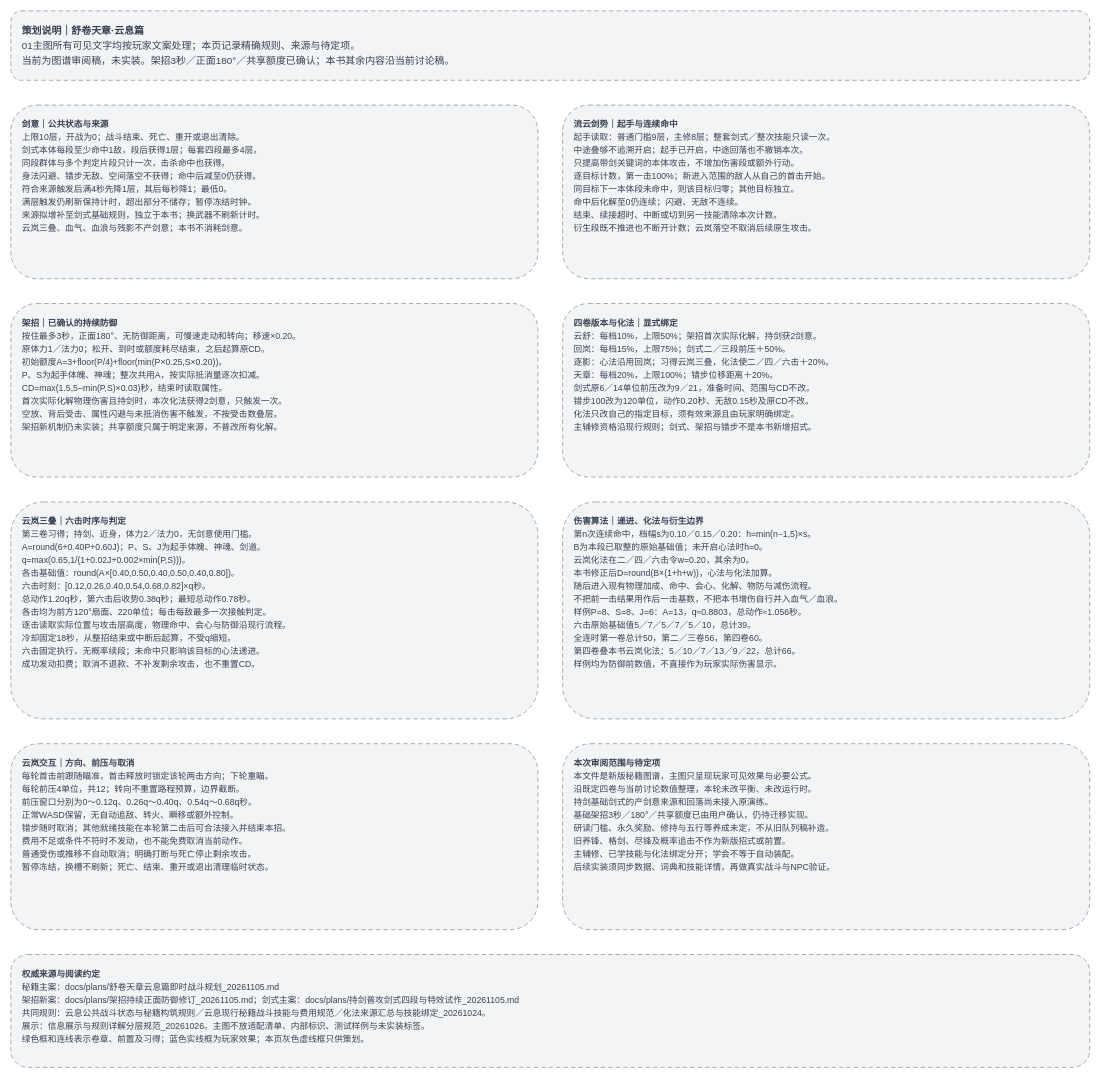
ankundanetracyc-spec/tian-guan-you-du keeps this draw.io diagram as page "02 策划说明（内部）" (2 of 2) of docs/秘籍词典/drawio/新版秘籍/舒卷天章·云息篇.drawio. Above is the earlier version. Source tidied: cells renumbered, new cells numbered last; positions are measured from the earlier drawing's top-left corner, leaving out a move shared by most shapes. Both pictures are drawn from the tidied source at 62%, with x=0, y=0 at pixel (11, 11).
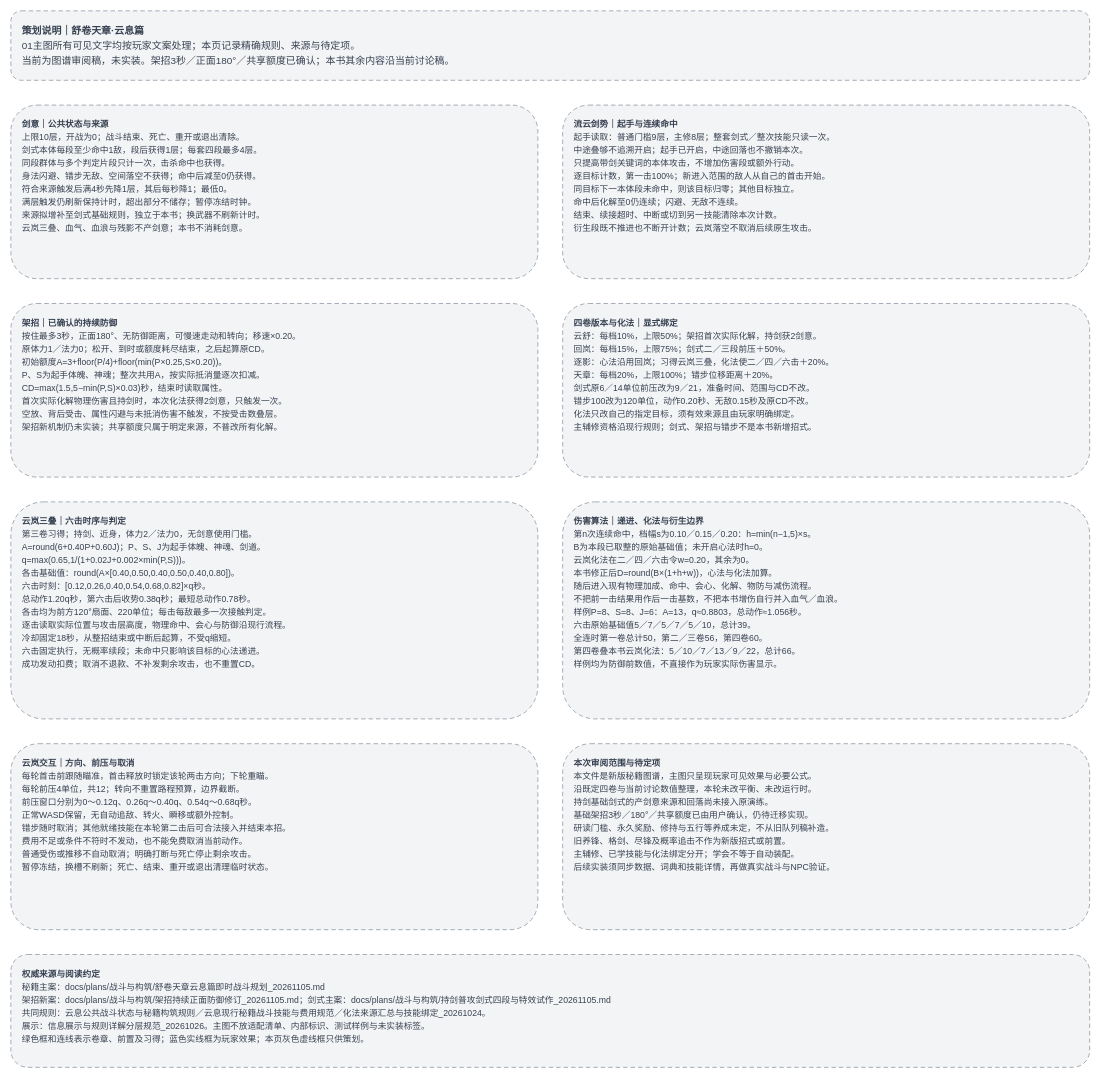
The same diagram, later.

Change to the diagram source:
```diff
@@
 <mxGraphModel background="#FFFFFF">
   <root>
     <mxCell id="0" />
     <mxCell id="1" parent="0" />
     <mxCell id="2" value="&lt;div style=&quot;line-height:1.5;text-align:left;&quot;&gt;&lt;b&gt;策划说明｜舒卷天章·云息篇&lt;/b&gt;&lt;br&gt;01主图所有可见文字均按玩家文案处理；本页记录精确规则、来源与待定项。&lt;br&gt;当前为图谱审阅稿，未实装。架招3秒／正面180°／共享额度已确认；本书其余内容沿当前讨论稿。&lt;/div&gt;" style="rounded=1;whiteSpace=wrap;html=1;align=left;verticalAlign=top;fontFamily=Microsoft YaHei;fontSize=16;fontColor=#374151;fillColor=#F3F4F6;strokeColor=#8993A0;strokeWidth=1.2;spacing=0;spacingLeft=18;spacingRight=18;spacingTop=16;spacingBottom=16;dashed=1;dashPattern=6 4;" parent="1" vertex="1">
       <mxGeometry width="1740" height="112" as="geometry" />
     </mxCell>
     <mxCell id="3" value="&lt;div style=&quot;line-height:1.5;text-align:left;&quot;&gt;&lt;b&gt;剑意｜公共状态与来源&lt;/b&gt;&lt;br&gt;上限10层，开战为0；战斗结束、死亡、重开或退出清除。&lt;br&gt;剑式本体每段至少命中1敌，段后获得1层；每套四段最多4层。&lt;br&gt;同段群体与多个判定片段只计一次，击杀命中也获得。&lt;br&gt;身法闪避、错步无敌、空间落空不获得；命中后减至0仍获得。&lt;br&gt;符合来源触发后满4秒先降1层，其后每秒降1；最低0。&lt;br&gt;满层触发仍刷新保持计时，超出部分不储存；暂停冻结时钟。&lt;br&gt;来源拟增补至剑式基础规则，独立于本书；换武器不刷新计时。&lt;br&gt;云岚三叠、血气、血浪与残影不产剑意；本书不消耗剑意。&lt;/div&gt;" style="rounded=1;whiteSpace=wrap;html=1;align=left;verticalAlign=top;fontFamily=Microsoft YaHei;fontSize=14;fontColor=#374151;fillColor=#F3F4F6;strokeColor=#8993A0;strokeWidth=1.2;spacing=0;spacingLeft=18;spacingRight=18;spacingTop=16;spacingBottom=16;dashed=1;dashPattern=6 4;" parent="1" vertex="1">
       <mxGeometry y="152" width="850" height="280" as="geometry" />
     </mxCell>
     <mxCell id="4" value="&lt;div style=&quot;line-height:1.5;text-align:left;&quot;&gt;&lt;b&gt;流云剑势｜起手与连续命中&lt;/b&gt;&lt;br&gt;起手读取：普通门槛9层，主修8层；整套剑式／整次技能只读一次。&lt;br&gt;中途叠够不追溯开启；起手已开启，中途回落也不撤销本次。&lt;br&gt;只提高带剑关键词的本体攻击，不增加伤害段或额外行动。&lt;br&gt;逐目标计数，第一击100%；新进入范围的敌人从自己的首击开始。&lt;br&gt;同目标下一本体段未命中，则该目标归零；其他目标独立。&lt;br&gt;命中后化解至0仍连续；闪避、无敌不连续。&lt;br&gt;结束、续接超时、中断或切到另一技能清除本次计数。&lt;br&gt;衍生段既不推进也不断开计数；云岚落空不取消后续原生攻击。&lt;/div&gt;" style="rounded=1;whiteSpace=wrap;html=1;align=left;verticalAlign=top;fontFamily=Microsoft YaHei;fontSize=14;fontColor=#374151;fillColor=#F3F4F6;strokeColor=#8993A0;strokeWidth=1.2;spacing=0;spacingLeft=18;spacingRight=18;spacingTop=16;spacingBottom=16;dashed=1;dashPattern=6 4;" parent="1" vertex="1">
       <mxGeometry x="890" y="152" width="850" height="280" as="geometry" />
     </mxCell>
     <mxCell id="5" value="&lt;div style=&quot;line-height:1.5;text-align:left;&quot;&gt;&lt;b&gt;架招｜已确认的持续防御&lt;/b&gt;&lt;br&gt;按住最多3秒，正面180°、无防御距离，可慢速走动和转向；移速×0.20。&lt;br&gt;原体力1／法力0；松开、到时或额度耗尽结束，之后起算原CD。&lt;br&gt;初始额度A=3+floor(P/4)+floor(min(P×0.25,S×0.20))。&lt;br&gt;P、S为起手体魄、神魂；整次共用A，按实际抵消量逐次扣减。&lt;br&gt;CD=max(1.5,5−min(P,S)×0.03)秒，结束时读取属性。&lt;br&gt;首次实际化解物理伤害且持剑时，本次化法获得2剑意，只触发一次。&lt;br&gt;空放、背后受击、属性闪避与未抵消伤害不触发，不按受击数叠层。&lt;br&gt;架招新机制仍未实装；共享额度只属于明定来源，不普改所有化解。&lt;/div&gt;" style="rounded=1;whiteSpace=wrap;html=1;align=left;verticalAlign=top;fontFamily=Microsoft YaHei;fontSize=14;fontColor=#374151;fillColor=#F3F4F6;strokeColor=#8993A0;strokeWidth=1.2;spacing=0;spacingLeft=18;spacingRight=18;spacingTop=16;spacingBottom=16;dashed=1;dashPattern=6 4;" parent="1" vertex="1">
       <mxGeometry y="472" width="850" height="280" as="geometry" />
     </mxCell>
     <mxCell id="6" value="&lt;div style=&quot;line-height:1.5;text-align:left;&quot;&gt;&lt;b&gt;四卷版本与化法｜显式绑定&lt;/b&gt;&lt;br&gt;云舒：每档10%，上限50%；架招首次实际化解，持剑获2剑意。&lt;br&gt;回岚：每档15%，上限75%；剑式二／三段前压＋50%。&lt;br&gt;逐影：心法沿用回岚；习得云岚三叠，化法使二／四／六击＋20%。&lt;br&gt;天章：每档20%，上限100%；错步位移距离＋20%。&lt;br&gt;剑式原6／14单位前压改为9／21，准备时间、范围与CD不改。&lt;br&gt;错步100改为120单位，动作0.20秒、无敌0.15秒及原CD不改。&lt;br&gt;化法只改自己的指定目标，须有效来源且由玩家明确绑定。&lt;br&gt;主辅修资格沿现行规则；剑式、架招与错步不是本书新增招式。&lt;/div&gt;" style="rounded=1;whiteSpace=wrap;html=1;align=left;verticalAlign=top;fontFamily=Microsoft YaHei;fontSize=14;fontColor=#374151;fillColor=#F3F4F6;strokeColor=#8993A0;strokeWidth=1.2;spacing=0;spacingLeft=18;spacingRight=18;spacingTop=16;spacingBottom=16;dashed=1;dashPattern=6 4;" parent="1" vertex="1">
       <mxGeometry x="890" y="472" width="850" height="280" as="geometry" />
     </mxCell>
     <mxCell id="7" value="&lt;div style=&quot;line-height:1.5;text-align:left;&quot;&gt;&lt;b&gt;云岚三叠｜六击时序与判定&lt;/b&gt;&lt;br&gt;第三卷习得；持剑、近身，体力2／法力0，无剑意使用门槛。&lt;br&gt;A=round(6+0.40P+0.60J)；P、S、J为起手体魄、神魂、剑道。&lt;br&gt;q=max(0.65,1/(1+0.02J+0.002×min(P,S)))。&lt;br&gt;各击基础值：round(A×[0.40,0.50,0.40,0.50,0.40,0.80])。&lt;br&gt;六击时刻：[0.12,0.26,0.40,0.54,0.68,0.82]×q秒。&lt;br&gt;总动作1.20q秒，第六击后收势0.38q秒；最短总动作0.78秒。&lt;br&gt;各击均为前方120°扇面、220单位；每击每敌最多一次接触判定。&lt;br&gt;逐击读取实际位置与攻击层高度，物理命中、会心与防御沿现行流程。&lt;br&gt;冷却固定18秒，从整招结束或中断后起算，不受q缩短。&lt;br&gt;六击固定执行，无概率续段；未命中只影响该目标的心法递进。&lt;br&gt;成功发动扣费；取消不退款、不补发剩余攻击，也不重置CD。&lt;/div&gt;" style="rounded=1;whiteSpace=wrap;html=1;align=left;verticalAlign=top;fontFamily=Microsoft YaHei;fontSize=14;fontColor=#374151;fillColor=#F3F4F6;strokeColor=#8993A0;strokeWidth=1.2;spacing=0;spacingLeft=18;spacingRight=18;spacingTop=16;spacingBottom=16;dashed=1;dashPattern=6 4;" parent="1" vertex="1">
       <mxGeometry y="792" width="850" height="350" as="geometry" />
     </mxCell>
     <mxCell id="8" value="&lt;div style=&quot;line-height:1.5;text-align:left;&quot;&gt;&lt;b&gt;伤害算法｜递进、化法与衍生边界&lt;/b&gt;&lt;br&gt;第n次连续命中，档幅s为0.10／0.15／0.20：h=min(n−1,5)×s。&lt;br&gt;B为本段已取整的原始基础值；未开启心法时h=0。&lt;br&gt;云岚化法在二／四／六击令w=0.20，其余为0。&lt;br&gt;本书修正后D=round(B×(1+h+w))，心法与化法加算。&lt;br&gt;随后进入现有物理加成、命中、会心、化解、物防与减伤流程。&lt;br&gt;不把前一击结果用作后一击基数，不把本书增伤自行并入血气／血浪。&lt;br&gt;样例P=8、S=8、J=6：A=13，q≈0.8803，总动作≈1.056秒。&lt;br&gt;六击原始基础值5／7／5／7／5／10，总计39。&lt;br&gt;全连时第一卷总计50，第二／三卷56，第四卷60。&lt;br&gt;第四卷叠本书云岚化法：5／10／7／13／9／22，总计66。&lt;br&gt;样例均为防御前数值，不直接作为玩家实际伤害显示。&lt;/div&gt;" style="rounded=1;whiteSpace=wrap;html=1;align=left;verticalAlign=top;fontFamily=Microsoft YaHei;fontSize=14;fontColor=#374151;fillColor=#F3F4F6;strokeColor=#8993A0;strokeWidth=1.2;spacing=0;spacingLeft=18;spacingRight=18;spacingTop=16;spacingBottom=16;dashed=1;dashPattern=6 4;" parent="1" vertex="1">
       <mxGeometry x="890" y="792" width="850" height="350" as="geometry" />
     </mxCell>
     <mxCell id="9" value="&lt;div style=&quot;line-height:1.5;text-align:left;&quot;&gt;&lt;b&gt;云岚交互｜方向、前压与取消&lt;/b&gt;&lt;br&gt;每轮首击前跟随瞄准，首击释放时锁定该轮两击方向；下轮重瞄。&lt;br&gt;每轮前压4单位，共12；转向不重置路程预算，边界截断。&lt;br&gt;前压窗口分别为0～0.12q、0.26q～0.40q、0.54q～0.68q秒。&lt;br&gt;正常WASD保留，无自动追敌、转火、瞬移或额外控制。&lt;br&gt;错步随时取消；其他就绪技能在本轮第二击后可合法接入并结束本招。&lt;br&gt;费用不足或条件不符时不发动，也不能免费取消当前动作。&lt;br&gt;普通受伤或推移不自动取消；明确打断与死亡停止剩余攻击。&lt;br&gt;暂停冻结，换槽不刷新；死亡、结束、重开或退出清理临时状态。&lt;/div&gt;" style="rounded=1;whiteSpace=wrap;html=1;align=left;verticalAlign=top;fontFamily=Microsoft YaHei;fontSize=14;fontColor=#374151;fillColor=#F3F4F6;strokeColor=#8993A0;strokeWidth=1.2;spacing=0;spacingLeft=18;spacingRight=18;spacingTop=16;spacingBottom=16;dashed=1;dashPattern=6 4;" parent="1" vertex="1">
       <mxGeometry y="1182" width="850" height="300" as="geometry" />
     </mxCell>
     <mxCell id="10" value="&lt;div style=&quot;line-height:1.5;text-align:left;&quot;&gt;&lt;b&gt;本次审阅范围与待定项&lt;/b&gt;&lt;br&gt;本文件是新版秘籍图谱，主图只呈现玩家可见效果与必要公式。&lt;br&gt;沿既定四卷与当前讨论数值整理，本轮未改平衡、未改运行时。&lt;br&gt;持剑基础剑式的产剑意来源和回落尚未接入原演练。&lt;br&gt;基础架招3秒／180°／共享额度已由用户确认，仍待迁移实现。&lt;br&gt;研读门槛、永久奖励、修持与五行等养成未定，不从旧队列稿补造。&lt;br&gt;旧养锋、格剑、尽锋及概率追击不作为新版招式或前置。&lt;br&gt;主辅修、已学技能与化法绑定分开；学会不等于自动装配。&lt;br&gt;后续实装须同步数据、词典和技能详情，再做真实战斗与NPC验证。&lt;/div&gt;" style="rounded=1;whiteSpace=wrap;html=1;align=left;verticalAlign=top;fontFamily=Microsoft YaHei;fontSize=14;fontColor=#374151;fillColor=#F3F4F6;strokeColor=#8993A0;strokeWidth=1.2;spacing=0;spacingLeft=18;spacingRight=18;spacingTop=16;spacingBottom=16;dashed=1;dashPattern=6 4;" parent="1" vertex="1">
       <mxGeometry x="890" y="1182" width="850" height="300" as="geometry" />
     </mxCell>
-    <mxCell id="11" value="&lt;div style=&quot;line-height:1.5;text-align:left;&quot;&gt;&lt;b&gt;权威来源与阅读约定&lt;/b&gt;&lt;br&gt;秘籍主案：docs/plans/舒卷天章云息篇即时战斗规划_20261105.md&lt;br&gt;架招新案：docs/plans/架招持续正面防御修订_20261105.md；剑式主案：docs/plans/持剑普攻剑式四段与特效试作_20261105.md&lt;br&gt;共同规则：云息公共战斗状态与秘籍构筑规则／云息现行秘籍战斗技能与费用规范／化法来源汇总与技能绑定_20261024。&lt;br&gt;展示：信息展示与规则详解分层规范_20261026。主图不放适配清单、内部标识、测试样例与未实装标签。&lt;br&gt;绿色框和连线表示卷章、前置及习得；蓝色实线框为玩家效果；本页灰色虚线框只供策划。&lt;/div&gt;" style="rounded=1;whiteSpace=wrap;html=1;align=left;verticalAlign=top;fontFamily=Microsoft YaHei;fontSize=14;fontColor=#374151;fillColor=#F3F4F6;strokeColor=#8993A0;strokeWidth=1.2;spacing=0;spacingLeft=18;spacingRight=18;spacingTop=16;spacingBottom=16;dashed=1;dashPattern=6 4;" parent="1" vertex="1">
+    <mxCell id="11" value="&lt;div style=&quot;line-height:1.5;text-align:left;&quot;&gt;&lt;b&gt;权威来源与阅读约定&lt;/b&gt;&lt;br&gt;秘籍主案：docs/plans/战斗与构筑/舒卷天章云息篇即时战斗规划_20261105.md&lt;br&gt;架招新案：docs/plans/战斗与构筑/架招持续正面防御修订_20261105.md；剑式主案：docs/plans/战斗与构筑/持剑普攻剑式四段与特效试作_20261105.md&lt;br&gt;共同规则：云息公共战斗状态与秘籍构筑规则／云息现行秘籍战斗技能与费用规范／化法来源汇总与技能绑定_20261024。&lt;br&gt;展示：信息展示与规则详解分层规范_20261026。主图不放适配清单、内部标识、测试样例与未实装标签。&lt;br&gt;绿色框和连线表示卷章、前置及习得；蓝色实线框为玩家效果；本页灰色虚线框只供策划。&lt;/div&gt;" style="rounded=1;whiteSpace=wrap;html=1;align=left;verticalAlign=top;fontFamily=Microsoft YaHei;fontSize=14;fontColor=#374151;fillColor=#F3F4F6;strokeColor=#8993A0;strokeWidth=1.2;spacing=0;spacingLeft=18;spacingRight=18;spacingTop=16;spacingBottom=16;dashed=1;dashPattern=6 4;" parent="1" vertex="1">
       <mxGeometry y="1522" width="1740" height="182" as="geometry" />
     </mxCell>
   </root>
 </mxGraphModel>
```
